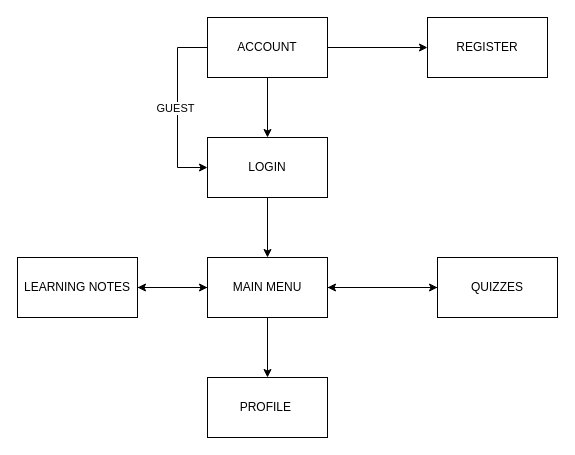
Above: syntopic-project-data/flow_diagram.drawio in Samuel-4444/CyberSecurity (draw.io), before the change. Source tidied: cells renumbered, new cells numbered last; positions are measured from the earlier drawing's top-left corner, leaving out a move shared by most shapes. Both pictures are drawn from the tidied source at 100%, with x=0, y=0 at pixel (17, 17).
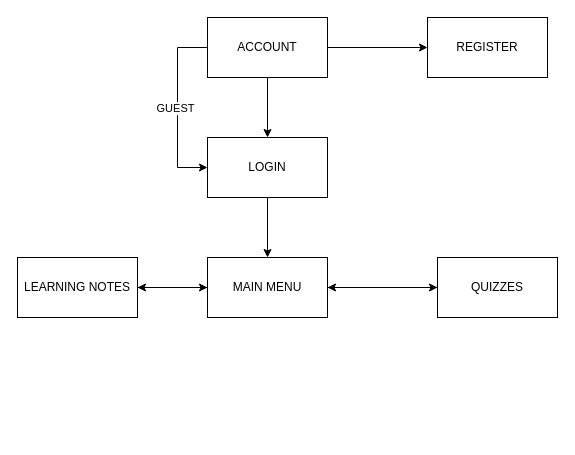
The same diagram, later.

Unchanged cells that the change refers to:
```xml
<mxCell id="13" value="MAIN MENU" style="rounded=0;whiteSpace=wrap;html=1;" parent="1" vertex="1">
  <mxGeometry x="190" y="240" width="120" height="60" as="geometry" />
</mxCell>
```

The edit, as a diff of the source:
```diff
@@
-    <mxCell id="12" style="edgeStyle=orthogonalEdgeStyle;rounded=0;jettySize=auto;html=1;" parent="1" edge="1" source="13" target="18">
-      <mxGeometry relative="1" as="geometry" />
-    </mxCell>
@@
-    <mxCell id="18" value="PROFILE&amp;nbsp;" style="rounded=0;whiteSpace=wrap;html=1;" parent="1" vertex="1">
-      <mxGeometry x="190" y="360" width="120" height="60" as="geometry" />
-    </mxCell>
```
